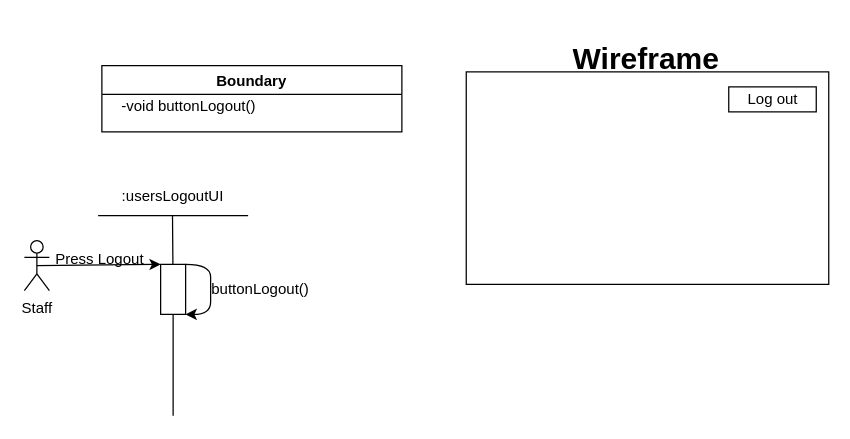
The draw.io diagram BCE_UML_and_Diagrams/LoginLogout/LogoutUserStory.drawio in extred5700/JAVAGUI-Restaurant-Table-Order-System, before the edit. Source tidied: cells renumbered, new cells numbered last; positions are measured from the earlier drawing's top-left corner, leaving out a move shared by most shapes. Both pictures are drawn from the tidied source at 125%, with x=0, y=0 at pixel (24, 34).
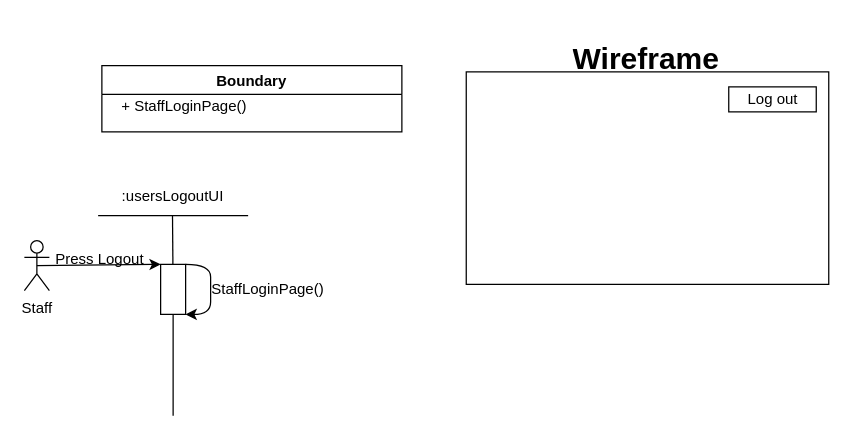
Above is the later version.

The change refers to these unchanged cells:
```xml
<mxCell id="2" value="Boundary" style="swimlane;" parent="1" vertex="1">
  <mxGeometry x="62" y="25" width="240" height="53" as="geometry" />
</mxCell>
```

The edit, as a diff of the source:
```diff
@@
-    <mxCell id="3" value="-void buttonLogout()" style="text;html=1;align=left;verticalAlign=middle;strokeColor=none;fillColor=none;" parent="2" vertex="1">
+    <mxCell id="3" value="+ StaffLoginPage()" style="text;html=1;align=left;verticalAlign=middle;strokeColor=none;fillColor=none;" parent="2" vertex="1">
       <mxGeometry x="14" y="23" width="120" height="20" as="geometry" />
     </mxCell>
@@
-    <mxCell id="12" value="buttonLogout()" style="text;html=1;strokeColor=none;fillColor=none;align=center;verticalAlign=middle;whiteSpace=wrap;rounded=0;" parent="1" vertex="1">
-      <mxGeometry x="149" y="189" width="80" height="30" as="geometry" />
+    <mxCell id="12" value="StaffLoginPage()" style="text;html=1;strokeColor=none;fillColor=none;align=center;verticalAlign=middle;whiteSpace=wrap;rounded=0;" parent="1" vertex="1">
+      <mxGeometry x="155" y="189" width="80" height="30" as="geometry" />
     </mxCell>
```
